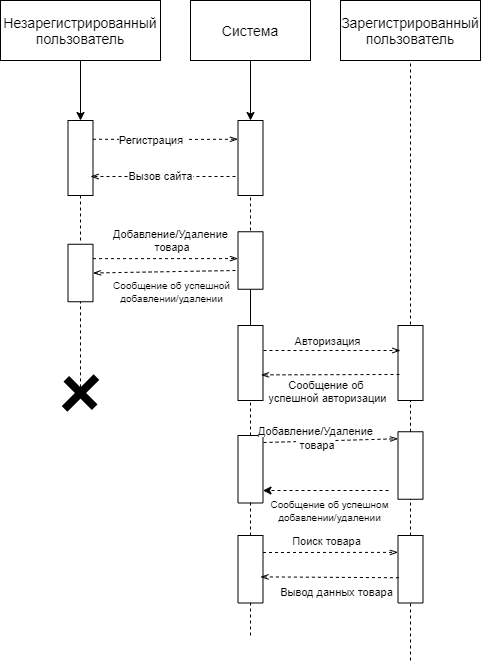
NadenkaTropanova/Warehouse keeps this draw.io diagram as Диаграммы/Диаграмма последовательности.png. Above is the earlier version. Source tidied: cells renumbered, new cells last; positions are measured from the earlier drawing's top-left corner, leaving out a move shared by most shapes.
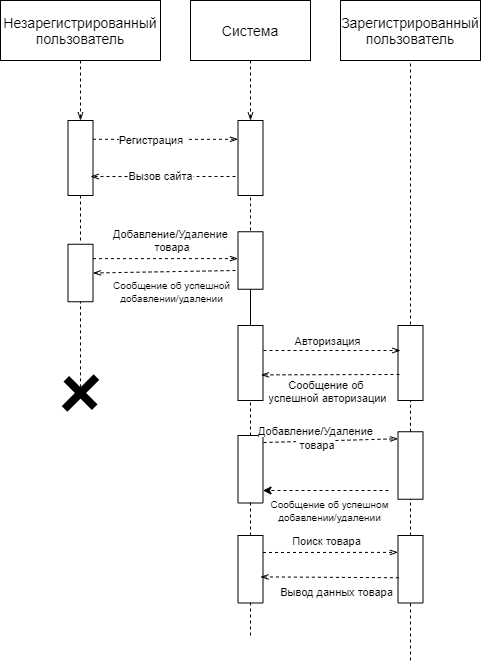
The same file after the commit.

Change to the diagram source:
```diff
@@ -11,10 +11,10 @@
     <mxCell id="4" value="&lt;font style=&quot;font-size: 14px&quot;&gt;Зарегистрированный пользователь&lt;/font&gt;" style="rounded=0;whiteSpace=wrap;html=1;" parent="1" vertex="1">
       <mxGeometry x="340" width="140" height="60" as="geometry" />
     </mxCell>
-    <mxCell id="5" style="endArrow=classic;html=1;exitX=0.5;exitY=1;exitDx=0;exitDy=0;entryX=0;entryY=0.5;entryDx=0;entryDy=0;" parent="1" edge="1" source="2" target="7">
+    <mxCell id="5" style="endArrow=openThin;html=1;exitX=0.5;exitY=1;exitDx=0;exitDy=0;entryX=0;entryY=0.5;entryDx=0;entryDy=0;endFill=0;dashed=1;" parent="1" edge="1" source="2" target="7">
       <mxGeometry relative="1" as="geometry" />
     </mxCell>
-    <mxCell id="6" style="endArrow=classic;html=1;exitX=0.5;exitY=1;exitDx=0;exitDy=0;" parent="1" edge="1" source="3">
+    <mxCell id="6" style="endArrow=openThin;html=1;exitX=0.5;exitY=1;exitDx=0;exitDy=0;endFill=0;dashed=1;" parent="1" edge="1" source="3">
       <mxGeometry relative="1" as="geometry">
         <mxPoint x="250" y="120" as="targetPoint" />
       </mxGeometry>
```
